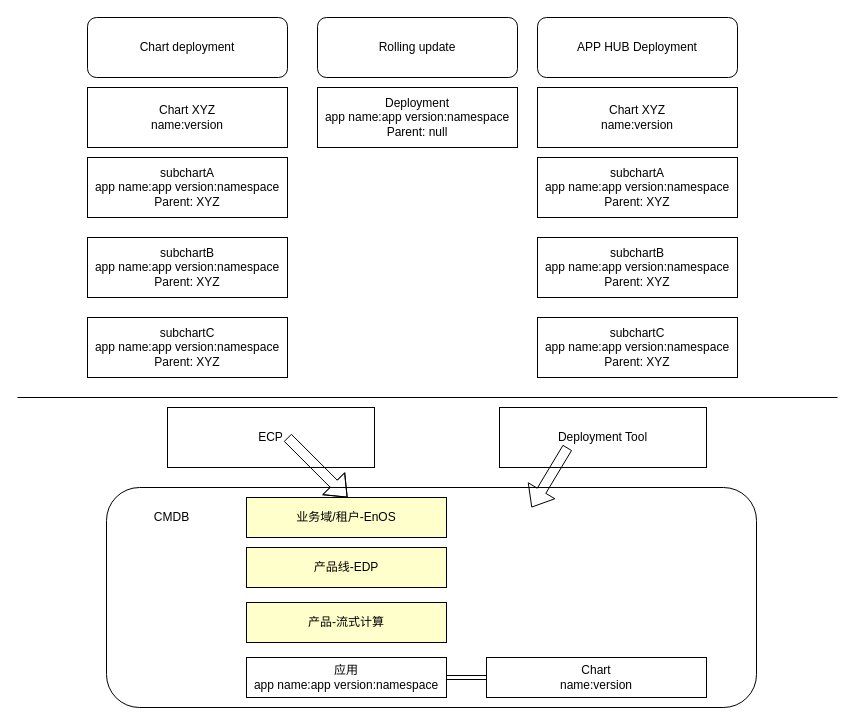
Blake1982/blake_project keeps this draw.io diagram as page "CMDB" (2 of 3) of CMDB.drawio. Above is the earlier version. Source tidied: cells renumbered, new cells numbered last; positions are measured from the earlier drawing's top-left corner, leaving out a move shared by most shapes. Both pictures are drawn from the tidied source at 100%, with x=0, y=0 at pixel (17, 17).
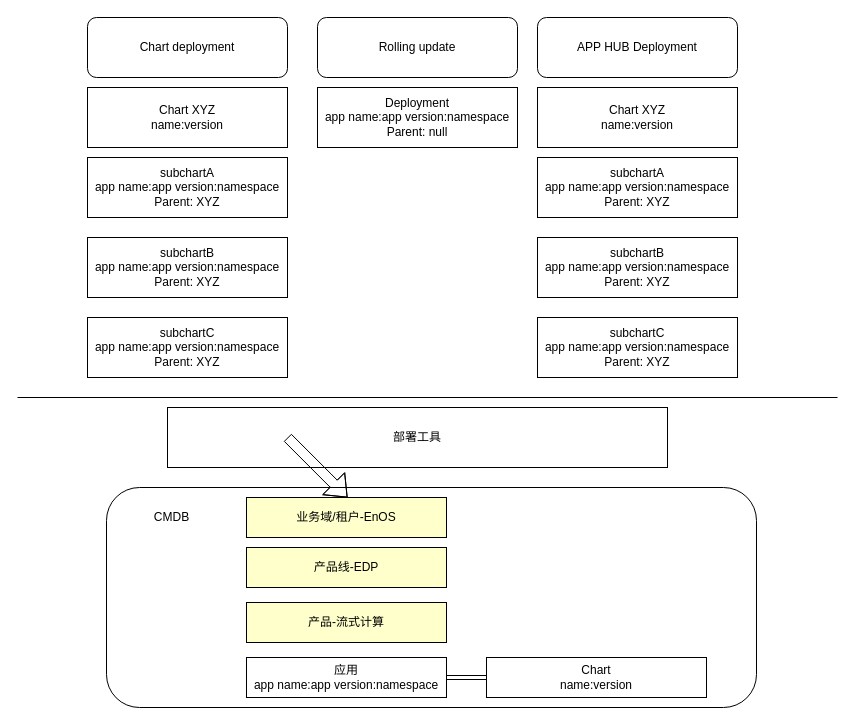
Above is the later version.

The edit, as a diff of the source:
```diff
@@
-    <mxCell id="23" value="ECP" style="rounded=0;whiteSpace=wrap;html=1;" parent="1" vertex="1">
-      <mxGeometry x="150" y="390" width="207" height="60" as="geometry" />
+    <mxCell id="23" value="部署工具" style="rounded=0;whiteSpace=wrap;html=1;" parent="1" vertex="1">
+      <mxGeometry x="150" y="390" width="500" height="60" as="geometry" />
     </mxCell>
-    <mxCell id="24" value="Deployment Tool" style="rounded=0;whiteSpace=wrap;html=1;" parent="1" vertex="1">
-      <mxGeometry x="482" y="390" width="207" height="60" as="geometry" />
-    </mxCell>
@@
-    <mxCell id="26" style="shape=flexArrow;endArrow=classic;html=1;rounded=0;" parent="1" edge="1">
-      <mxGeometry relative="1" as="geometry">
-        <mxPoint x="550" y="430" as="sourcePoint" />
-        <mxPoint x="514" y="490" as="targetPoint" />
-        <Array as="points">
-          <mxPoint x="514" y="490" />
-        </Array>
-      </mxGeometry>
-    </mxCell>
```
